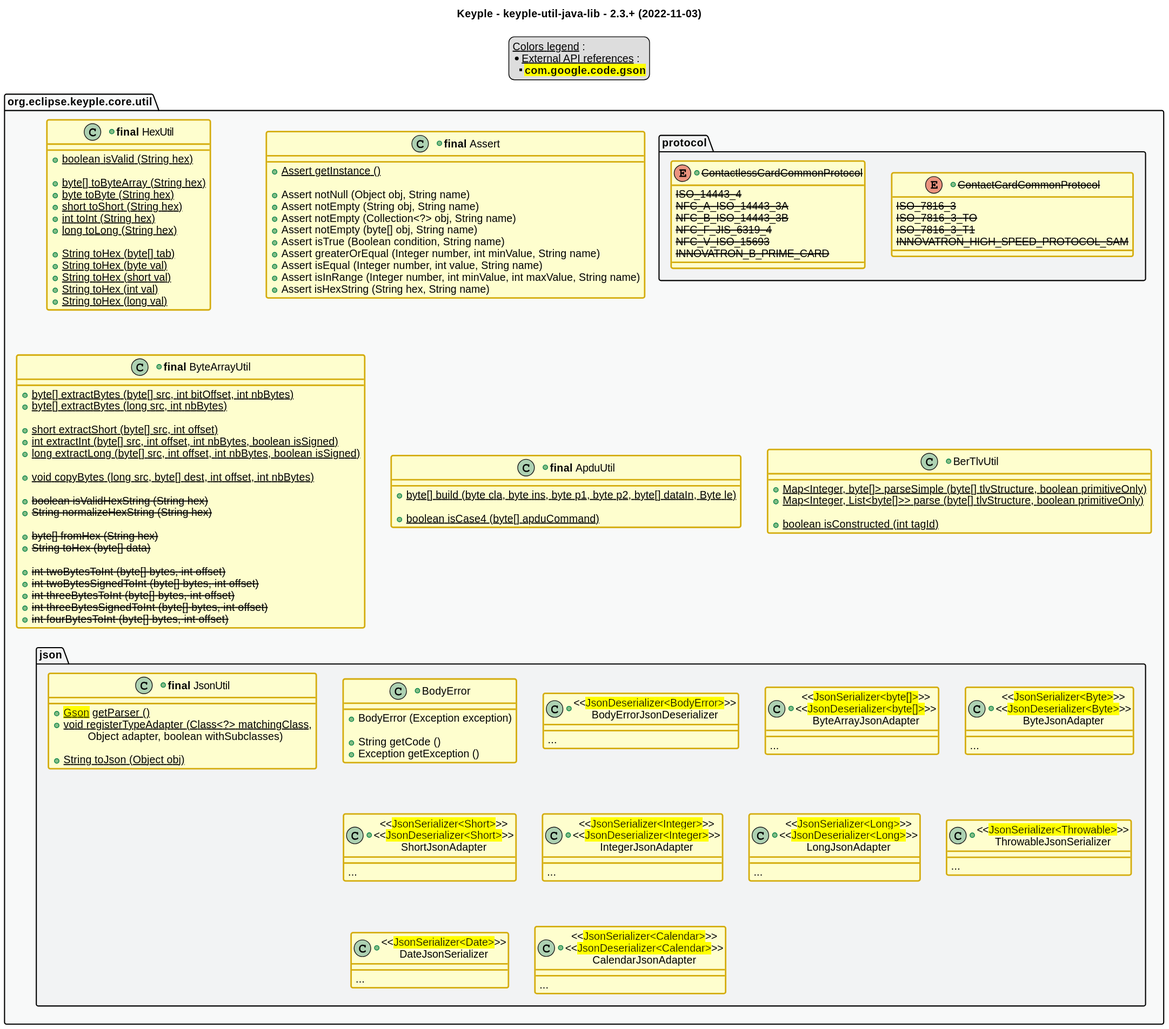
Above: src/main/uml/api_class_diagram.svg in eclipse-keyple/keyple-util-java-lib (PlantUML), before the change.
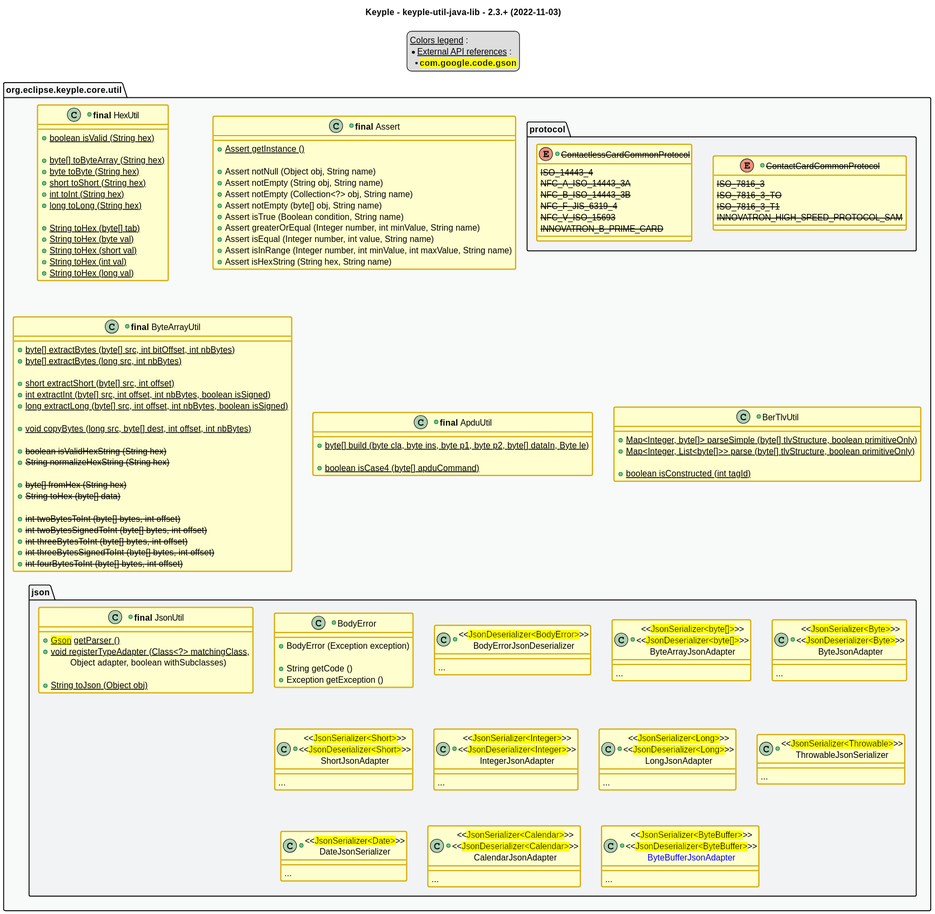
After the commit.

What changed in the source:
```diff
@@ -158,6 +158,10 @@
             __
             ...
         }
+        +class "<<<back:yellow>JsonSerializer<ByteBuffer></back>>>\n<<<back:yellow>JsonDeserializer<ByteBuffer></back>>>\n<color:blue>ByteBufferJsonAdapter" as ByteBufferJsonAdapter {
+            __
+            ...
+        }
     }
     package protocol {
         +enum "<s>ContactCardCommonProtocol</s>" as ContactCardCommonProtocol {
@@ -187,7 +191,6 @@
 
 
 package util #C_GREY1 {}
-package json #C_GREY2 {}
-package protocol #C_GREY2 {}
-
+package util.json #C_GREY2 {}
+package util.protocol #C_GREY2 {}
 @enduml
```
